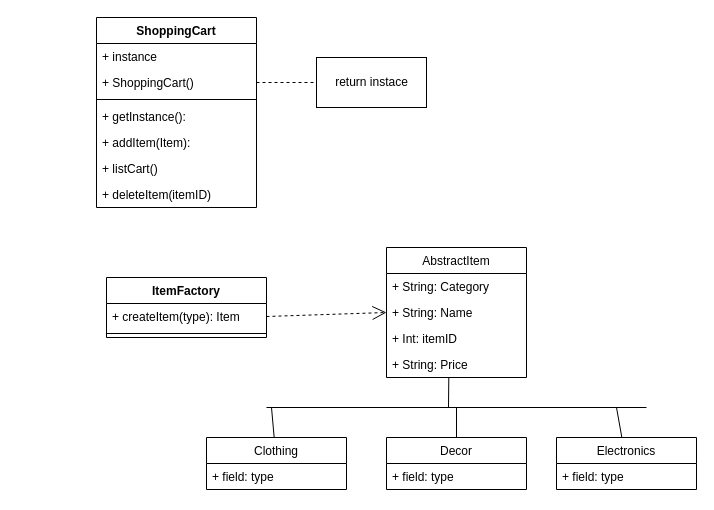
Earlier version of the draw.io diagram assignments/Claude/Session6/shoppingCart.drawio (dhairyasheelpatil/COMPSCIX418.2). Source tidied: cells renumbered, new cells numbered last; positions are measured from the earlier drawing's top-left corner, leaving out a move shared by most shapes. Both pictures are drawn from the tidied source at 100%, with x=0, y=0 at pixel (96, 17).
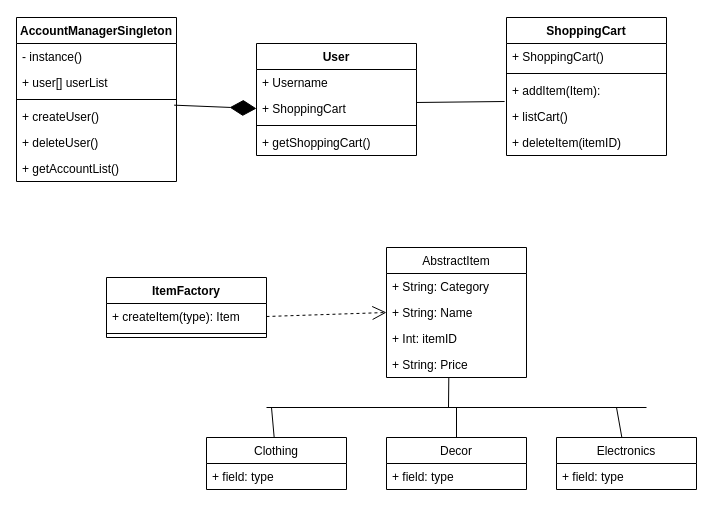
The same page after the edit.

Commit message (it also covers changes not shown here):
updates to shopping cart

The edit, as a diff of the source:
```diff
@@
-    <mxCell id="2" value="return instace" style="html=1;" parent="1" vertex="1">
-      <mxGeometry x="220" y="40" width="110" height="50" as="geometry" />
-    </mxCell>
-    <mxCell id="3" style="endArrow=none;dashed=1;html=1;exitX=1;exitY=0.5;exitDx=0;exitDy=0;entryX=0;entryY=0.5;entryDx=0;entryDy=0;" parent="1" edge="1" source="18" target="2">
-      <mxGeometry relative="1" as="geometry" />
-    </mxCell>
@@
-    <mxCell id="16" value="ShoppingCart" style="swimlane;fontStyle=1;align=center;verticalAlign=top;horizontal=1;startSize=26;" parent="1" vertex="1">
-      <mxGeometry width="160" height="190" as="geometry" />
-    </mxCell>
-    <mxCell id="17" value="+ instance" style="text;strokeColor=none;fillColor=none;align=left;verticalAlign=top;spacingLeft=4;spacingRight=4;overflow=hidden;" parent="16" vertex="1">
-      <mxGeometry y="26" width="160" height="26" as="geometry" />
-    </mxCell>
-    <mxCell id="18" value="+ ShoppingCart()" style="text;strokeColor=none;fillColor=none;align=left;verticalAlign=top;spacingLeft=4;spacingRight=4;overflow=hidden;points=[[0,0.5],[1,0.5]];portConstraint=eastwest;" parent="16" vertex="1">
-      <mxGeometry y="52" width="160" height="26" as="geometry" />
-    </mxCell>
-    <mxCell id="19" style="line;strokeWidth=1;fillColor=none;align=left;verticalAlign=middle;spacingTop=-1;spacingLeft=3;spacingRight=3;labelPosition=right;" parent="16" vertex="1">
-      <mxGeometry y="78" width="160" height="8" as="geometry" />
-    </mxCell>
-    <mxCell id="20" value="+ getInstance():" style="text;strokeColor=none;fillColor=none;align=left;verticalAlign=top;spacingLeft=4;spacingRight=4;overflow=hidden;" parent="16" vertex="1">
-      <mxGeometry y="86" width="160" height="26" as="geometry" />
-    </mxCell>
-    <mxCell id="21" value="+ addItem(Item):" style="text;strokeColor=none;fillColor=none;align=left;verticalAlign=top;spacingLeft=4;spacingRight=4;overflow=hidden;" parent="16" vertex="1">
-      <mxGeometry y="112" width="160" height="26" as="geometry" />
-    </mxCell>
-    <mxCell id="22" value="+ listCart()" style="text;strokeColor=none;fillColor=none;align=left;verticalAlign=top;spacingLeft=4;spacingRight=4;overflow=hidden;points=[[0,0.5],[1,0.5]];portConstraint=eastwest;" parent="16" vertex="1">
-      <mxGeometry y="138" width="160" height="26" as="geometry" />
-    </mxCell>
-    <mxCell id="23" value="+ deleteItem(itemID)" style="text;strokeColor=none;fillColor=none;align=left;verticalAlign=top;spacingLeft=4;spacingRight=4;overflow=hidden;" parent="16" vertex="1">
-      <mxGeometry y="164" width="160" height="26" as="geometry" />
-    </mxCell>
@@
+    <mxCell id="32" style="endArrow=diamondThin;endFill=1;endSize=24;html=1;entryX=0;entryY=0.5;entryDx=0;entryDy=0;exitX=0.985;exitY=0.064;exitDx=0;exitDy=0;exitPerimeter=0;" parent="1" edge="1" source="37" target="42">
+      <mxGeometry relative="1" as="geometry" />
+    </mxCell>
+    <mxCell id="33" value="AccountManagerSingleton" style="swimlane;fontStyle=1;align=center;verticalAlign=top;horizontal=1;startSize=26;" parent="1" vertex="1">
+      <mxGeometry x="-80" width="160" height="164" as="geometry" />
+    </mxCell>
+    <mxCell id="34" value="- instance()" style="text;strokeColor=none;fillColor=none;align=left;verticalAlign=top;spacingLeft=4;spacingRight=4;overflow=hidden;" parent="33" vertex="1">
+      <mxGeometry y="26" width="160" height="26" as="geometry" />
+    </mxCell>
+    <mxCell id="35" value="+ user[] userList" style="text;strokeColor=none;fillColor=none;align=left;verticalAlign=top;spacingLeft=4;spacingRight=4;overflow=hidden;" parent="33" vertex="1">
+      <mxGeometry y="52" width="160" height="26" as="geometry" />
+    </mxCell>
+    <mxCell id="36" style="line;strokeWidth=1;fillColor=none;align=left;verticalAlign=middle;spacingTop=-1;spacingLeft=3;spacingRight=3;labelPosition=right;" parent="33" vertex="1">
+      <mxGeometry y="78" width="160" height="8" as="geometry" />
+    </mxCell>
+    <mxCell id="37" value="+ createUser()" style="text;strokeColor=none;fillColor=none;align=left;verticalAlign=top;spacingLeft=4;spacingRight=4;overflow=hidden;points=[[0,0.5],[1,0.5]];portConstraint=eastwest;" parent="33" vertex="1">
+      <mxGeometry y="86" width="160" height="26" as="geometry" />
+    </mxCell>
+    <mxCell id="38" value="+ deleteUser()" style="text;strokeColor=none;fillColor=none;align=left;verticalAlign=top;spacingLeft=4;spacingRight=4;overflow=hidden;" parent="33" vertex="1">
+      <mxGeometry y="112" width="160" height="26" as="geometry" />
+    </mxCell>
+    <mxCell id="39" value="+ getAccountList()" style="text;strokeColor=none;fillColor=none;align=left;verticalAlign=top;spacingLeft=4;spacingRight=4;overflow=hidden;" parent="33" vertex="1">
+      <mxGeometry y="138" width="160" height="26" as="geometry" />
+    </mxCell>
+    <mxCell id="40" value="User" style="swimlane;fontStyle=1;align=center;verticalAlign=top;horizontal=1;startSize=26;" parent="1" vertex="1">
+      <mxGeometry x="160" y="26" width="160" height="112" as="geometry" />
+    </mxCell>
+    <mxCell id="41" value="+ Username" style="text;strokeColor=none;fillColor=none;align=left;verticalAlign=top;spacingLeft=4;spacingRight=4;overflow=hidden;" parent="40" vertex="1">
+      <mxGeometry y="26" width="160" height="26" as="geometry" />
+    </mxCell>
+    <mxCell id="42" value="+ ShoppingCart" style="text;strokeColor=none;fillColor=none;align=left;verticalAlign=top;spacingLeft=4;spacingRight=4;overflow=hidden;points=[[0,0.5],[1,0.5]];portConstraint=eastwest;" parent="40" vertex="1">
+      <mxGeometry y="52" width="160" height="26" as="geometry" />
+    </mxCell>
+    <mxCell id="43" style="line;strokeWidth=1;fillColor=none;align=left;verticalAlign=middle;spacingTop=-1;spacingLeft=3;spacingRight=3;labelPosition=right;" parent="40" vertex="1">
+      <mxGeometry y="78" width="160" height="8" as="geometry" />
+    </mxCell>
+    <mxCell id="44" value="+ getShoppingCart()" style="text;strokeColor=none;fillColor=none;align=left;verticalAlign=top;spacingLeft=4;spacingRight=4;overflow=hidden;" parent="40" vertex="1">
+      <mxGeometry y="86" width="160" height="26" as="geometry" />
+    </mxCell>
+    <mxCell id="16" value="ShoppingCart" style="swimlane;fontStyle=1;align=center;verticalAlign=top;horizontal=1;startSize=26;" parent="1" vertex="1">
+      <mxGeometry x="410" width="160" height="138" as="geometry" />
+    </mxCell>
+    <mxCell id="18" value="+ ShoppingCart()" style="text;strokeColor=none;fillColor=none;align=left;verticalAlign=top;spacingLeft=4;spacingRight=4;overflow=hidden;points=[[0,0.5],[1,0.5]];portConstraint=eastwest;" parent="16" vertex="1">
+      <mxGeometry y="26" width="160" height="26" as="geometry" />
+    </mxCell>
+    <mxCell id="19" style="line;strokeWidth=1;fillColor=none;align=left;verticalAlign=middle;spacingTop=-1;spacingLeft=3;spacingRight=3;labelPosition=right;" parent="16" vertex="1">
+      <mxGeometry y="52" width="160" height="8" as="geometry" />
+    </mxCell>
+    <mxCell id="21" value="+ addItem(Item):" style="text;strokeColor=none;fillColor=none;align=left;verticalAlign=top;spacingLeft=4;spacingRight=4;overflow=hidden;" parent="16" vertex="1">
+      <mxGeometry y="60" width="160" height="26" as="geometry" />
+    </mxCell>
+    <mxCell id="22" value="+ listCart()" style="text;strokeColor=none;fillColor=none;align=left;verticalAlign=top;spacingLeft=4;spacingRight=4;overflow=hidden;points=[[0,0.5],[1,0.5]];portConstraint=eastwest;" parent="16" vertex="1">
+      <mxGeometry y="86" width="160" height="26" as="geometry" />
+    </mxCell>
+    <mxCell id="23" value="+ deleteItem(itemID)" style="text;strokeColor=none;fillColor=none;align=left;verticalAlign=top;spacingLeft=4;spacingRight=4;overflow=hidden;" parent="16" vertex="1">
+      <mxGeometry y="112" width="160" height="26" as="geometry" />
+    </mxCell>
+    <mxCell id="45" style="endArrow=none;html=1;exitX=1;exitY=0.269;exitDx=0;exitDy=0;exitPerimeter=0;entryX=-0.012;entryY=-0.077;entryDx=0;entryDy=0;entryPerimeter=0;" parent="1" edge="1" source="42" target="22">
+      <mxGeometry relative="1" as="geometry" />
+    </mxCell>
```
